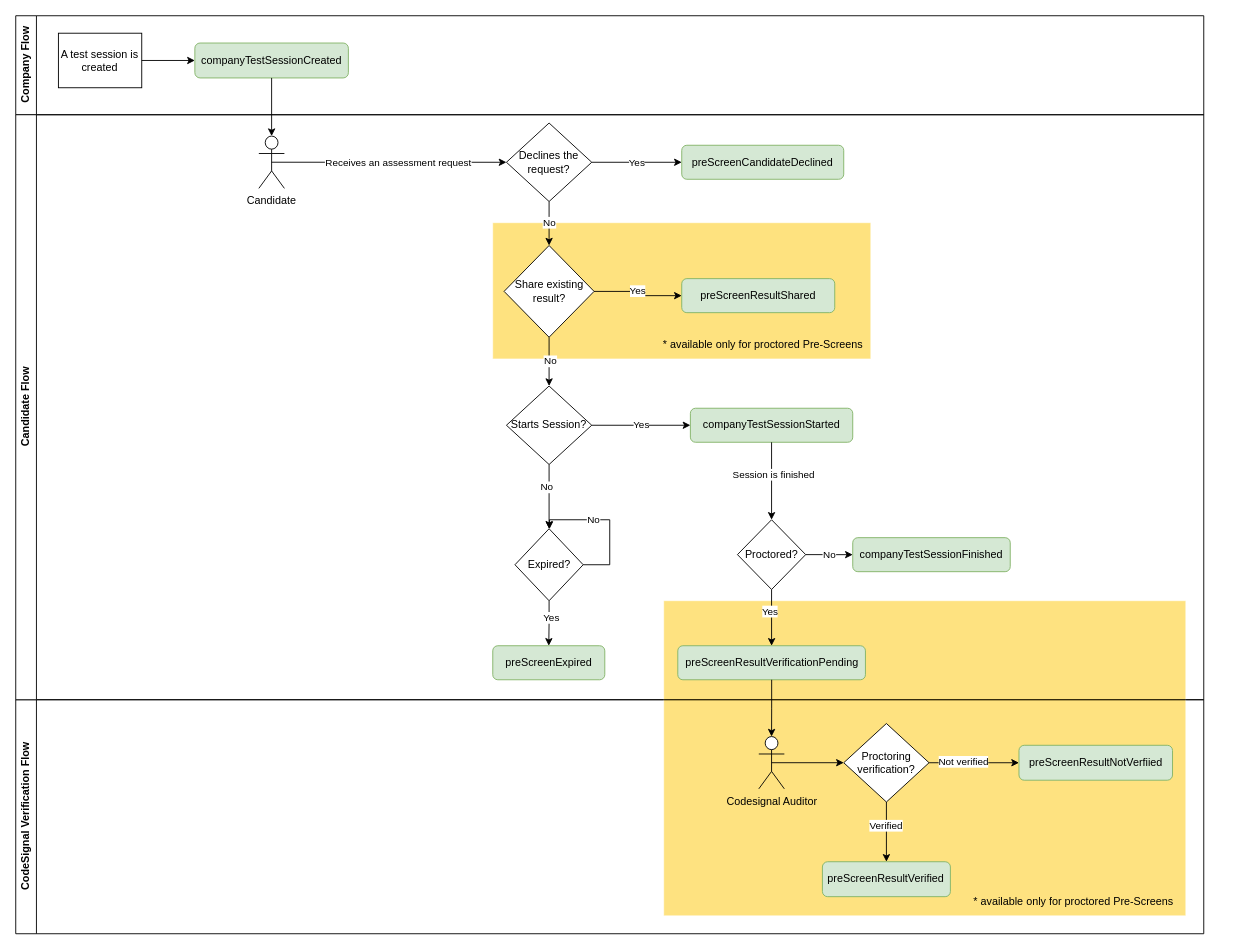
Before: docs/diagrams/full-e2e-webhooks-flow.drawio in CodeSignal/developer-docs, a draw.io diagram. Source tidied: cells renumbered, new cells numbered last; positions are measured from the earlier drawing's top-left corner, leaving out a move shared by most shapes. Both pictures are drawn from the tidied source at 90%, with x=0, y=0 at pixel (15, 15).
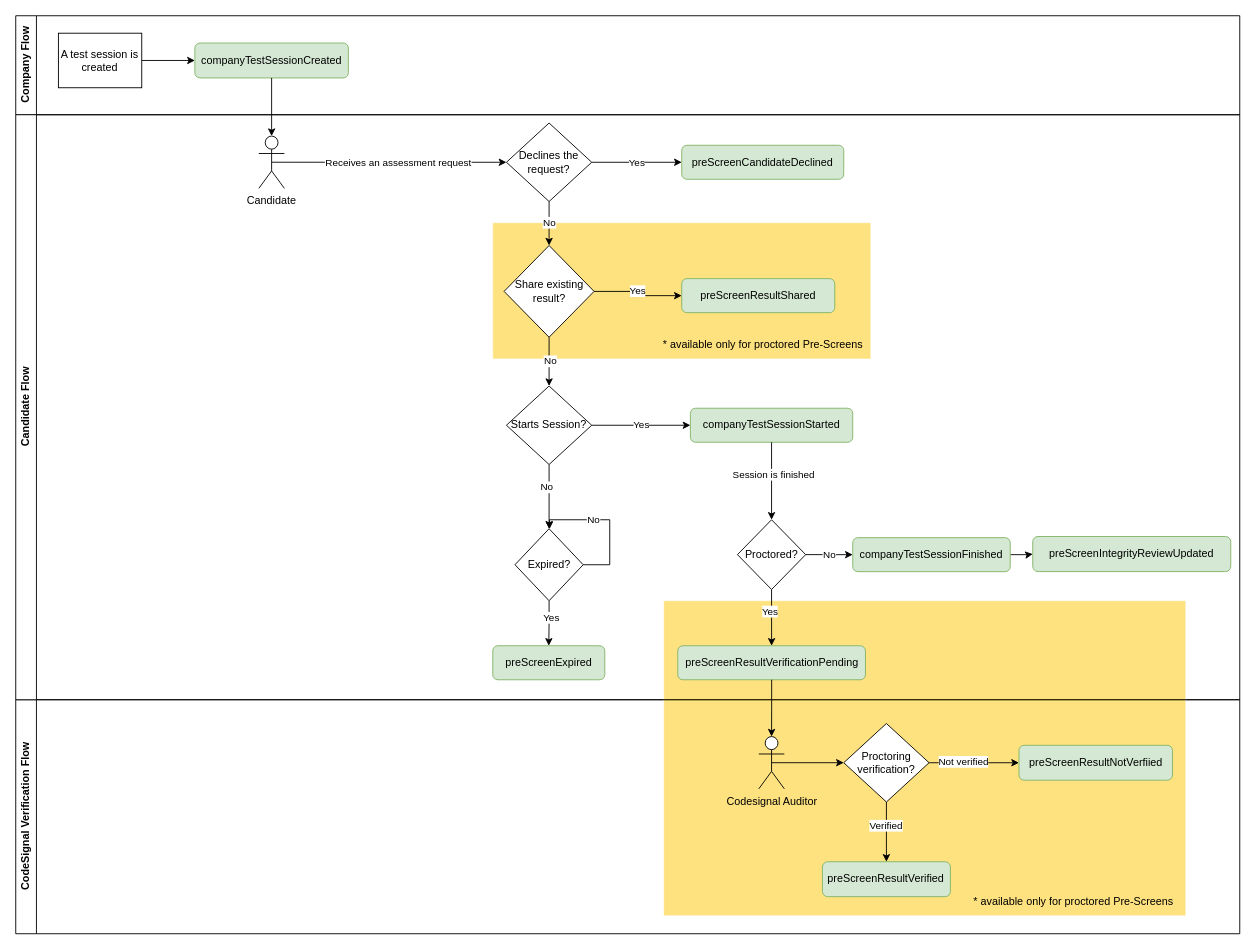
The same page after the edit.

Unchanged cells that the change refers to:
```xml
<mxCell id="29" value="companyTestSessionFinished" style="rounded=1;whiteSpace=wrap;html=1;fillColor=#d5e8d4;strokeColor=#82b366;" parent="18" vertex="1">
  <mxGeometry x="930" y="469.9" width="175" height="37.8" as="geometry" />
</mxCell>
```

What changed in the source:
```diff
@@
     <mxCell id="2" value="CodeSignal Verification Flow" style="swimlane;horizontal=0;whiteSpace=wrap;html=1;" parent="1" vertex="1">
-      <mxGeometry y="760" width="1320" height="260" as="geometry" />
+      <mxGeometry y="760" width="1360" height="260" as="geometry" />
     </mxCell>
@@
     <mxCell id="14" value="Company Flow" style="swimlane;horizontal=0;whiteSpace=wrap;html=1;" parent="1" vertex="1">
-      <mxGeometry width="1320" height="110" as="geometry" />
+      <mxGeometry width="1360" height="110" as="geometry" />
     </mxCell>
@@
     <mxCell id="18" value="Candidate Flow" style="swimlane;horizontal=0;whiteSpace=wrap;html=1;" parent="1" vertex="1">
-      <mxGeometry y="110" width="1320" height="650" as="geometry" />
+      <mxGeometry y="110" width="1360" height="650" as="geometry" />
     </mxCell>
@@
+    <mxCell id="54" style="edgeStyle=orthogonalEdgeStyle;rounded=0;jettySize=auto;html=1;" parent="18" edge="1" source="29" target="55">
+      <mxGeometry relative="1" as="geometry" />
+    </mxCell>
@@
+    <mxCell id="55" value="preScreenIntegrityReviewUpdated" style="rounded=1;whiteSpace=wrap;html=1;fillColor=#d5e8d4;strokeColor=#82b366;" parent="18" vertex="1">
+      <mxGeometry x="1130" y="468.6" width="220" height="39" as="geometry" />
+    </mxCell>
```
